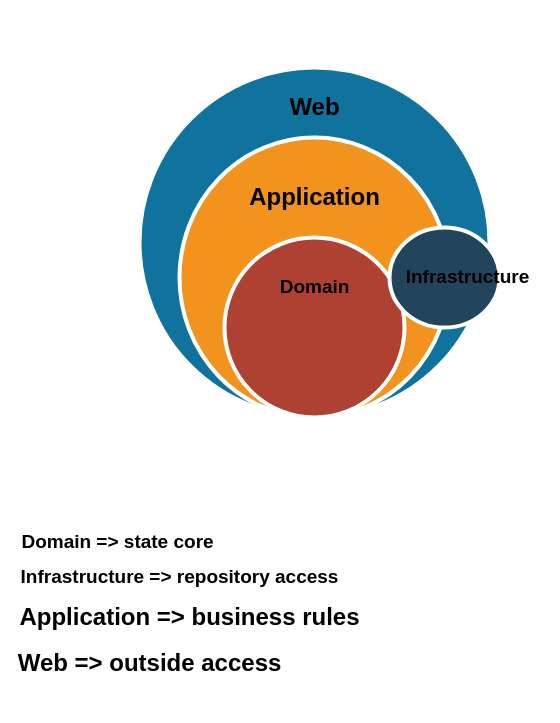
Above: Diagrams/onion view.drawio in edualmeida/BlogLab.Backend (draw.io), before the change. Source tidied: cells renumbered, new cells numbered last; positions are measured from the earlier drawing's top-left corner, leaving out a move shared by most shapes. Both pictures are drawn from the tidied source at 100%, with x=0, y=0 at pixel (69, 67).
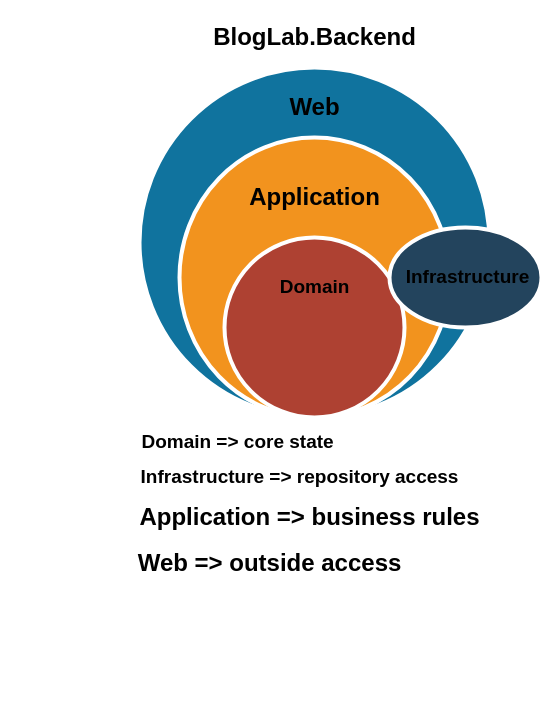
The same diagram, later.

Diff of the diagram source:
```diff
@@
 <mxGraphModel>
   <root>
     <mxCell id="0" />
     <mxCell id="1" parent="0" />
     <mxCell id="2" style="ellipse;html=1;strokeWidth=4;fillColor=#10739E;strokeColor=#ffffff;shadow=0;fontSize=10;fontColor=#FFFFFF;align=center;fontStyle=0;whiteSpace=wrap;spacing=10;" parent="1" vertex="1">
       <mxGeometry x="70" width="350" height="350" as="geometry" />
     </mxCell>
     <mxCell id="3" style="ellipse;html=1;strokeWidth=4;fillColor=#F2931E;strokeColor=#ffffff;shadow=0;fontSize=10;fontColor=#FFFFFF;align=center;fontStyle=0;whiteSpace=wrap;spacing=10;" parent="1" vertex="1">
       <mxGeometry x="110" y="70" width="270" height="280" as="geometry" />
     </mxCell>
     <mxCell id="4" style="ellipse;html=1;strokeWidth=4;fillColor=#AE4132;strokeColor=#ffffff;shadow=0;fontSize=10;fontColor=#FFFFFF;align=center;fontStyle=0;whiteSpace=wrap;spacing=10;" parent="1" vertex="1">
       <mxGeometry x="155" y="170" width="180" height="180" as="geometry" />
     </mxCell>
     <mxCell id="5" style="ellipse;html=1;strokeWidth=4;fillColor=#23445D;strokeColor=#ffffff;shadow=0;fontSize=10;fontColor=#FFFFFF;align=center;fontStyle=0;whiteSpace=wrap;spacing=10;" parent="1" vertex="1">
-      <mxGeometry x="320" y="160" width="110" height="100" as="geometry" />
+      <mxGeometry x="320" y="160" width="152" height="100" as="geometry" />
     </mxCell>
     <mxCell id="6" value="Web" style="text;strokeColor=none;fillColor=none;html=1;fontSize=24;fontStyle=1;verticalAlign=middle;align=center;" parent="1" vertex="1">
       <mxGeometry x="195" y="20" width="100" height="40" as="geometry" />
     </mxCell>
     <mxCell id="7" value="Application" style="text;strokeColor=none;fillColor=none;html=1;fontSize=24;fontStyle=1;verticalAlign=middle;align=center;" parent="1" vertex="1">
       <mxGeometry x="195" y="110" width="100" height="40" as="geometry" />
     </mxCell>
     <mxCell id="8" value="Domain" style="text;strokeColor=none;fillColor=none;html=1;fontSize=19;fontStyle=1;verticalAlign=middle;align=center;" parent="1" vertex="1">
       <mxGeometry x="195" y="200" width="100" height="40" as="geometry" />
     </mxCell>
     <mxCell id="9" value="Infrastructure" style="text;strokeColor=none;fillColor=none;html=1;fontSize=19;fontStyle=1;verticalAlign=middle;align=center;" parent="1" vertex="1">
       <mxGeometry x="350" y="195" width="95" height="30" as="geometry" />
     </mxCell>
-    <mxCell id="10" value="Domain =&amp;gt; state core" style="text;strokeColor=none;fillColor=none;html=1;fontSize=19;fontStyle=1;verticalAlign=middle;align=center;" parent="1" vertex="1">
-      <mxGeometry y="460" width="95" height="30" as="geometry" />
+    <mxCell id="10" value="Domain =&amp;gt; core state" style="text;strokeColor=none;fillColor=none;html=1;fontSize=19;fontStyle=1;verticalAlign=middle;align=center;" parent="1" vertex="1">
+      <mxGeometry x="120" y="360" width="95" height="30" as="geometry" />
     </mxCell>
     <mxCell id="11" value="Infrastructure =&amp;gt; repository access" style="text;strokeColor=none;fillColor=none;html=1;fontSize=19;fontStyle=1;verticalAlign=middle;align=center;" parent="1" vertex="1">
-      <mxGeometry x="60" y="490" width="100" height="40" as="geometry" />
+      <mxGeometry x="180" y="390" width="100" height="40" as="geometry" />
     </mxCell>
     <mxCell id="12" value="Application =&amp;gt; business rules" style="text;strokeColor=none;fillColor=none;html=1;fontSize=24;fontStyle=1;verticalAlign=middle;align=center;" parent="1" vertex="1">
-      <mxGeometry x="70" y="530" width="100" height="40" as="geometry" />
+      <mxGeometry x="190" y="430" width="100" height="40" as="geometry" />
     </mxCell>
     <mxCell id="13" value="Web =&amp;gt; outside access&lt;div&gt;&lt;br&gt;&lt;/div&gt;" style="text;strokeColor=none;fillColor=none;html=1;fontSize=24;fontStyle=1;verticalAlign=middle;align=center;" parent="1" vertex="1">
-      <mxGeometry x="30" y="590" width="100" height="40" as="geometry" />
+      <mxGeometry x="150" y="490" width="100" height="40" as="geometry" />
     </mxCell>
+    <mxCell id="14" value="&lt;div&gt;BlogLab.Backend&lt;/div&gt;" style="text;strokeColor=none;fillColor=none;html=1;fontSize=24;fontStyle=1;verticalAlign=middle;align=center;" parent="1" vertex="1">
+      <mxGeometry x="195" y="-50" width="100" height="40" as="geometry" />
+    </mxCell>
   </root>
 </mxGraphModel>
```
